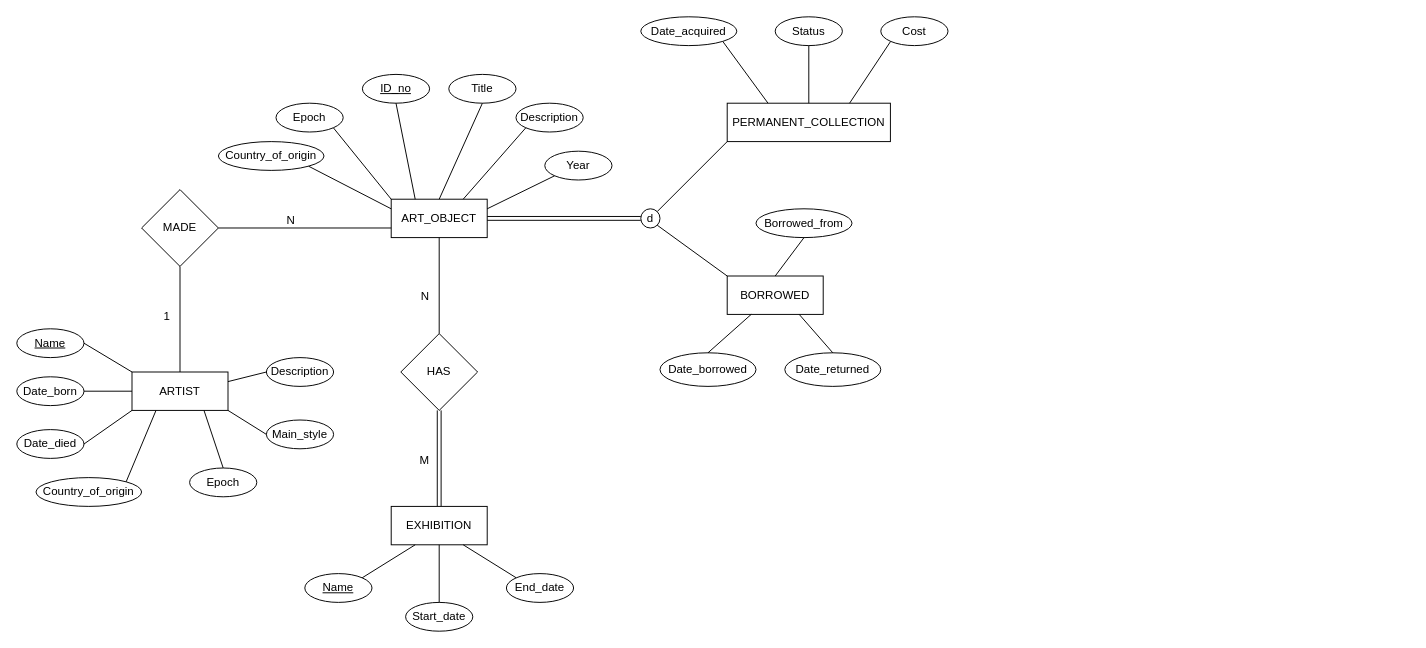
Earlier version of the draw.io diagram Database_Design_Folder/Brandon EER.drawio (Maan-Khedr-ENSF-300/museum-project-wannabyte). Source tidied: cells renumbered, new cells numbered last; positions are measured from the earlier drawing's top-left corner, leaving out a move shared by most shapes. Both pictures are drawn from the tidied source at 96%, with x=0, y=0 at pixel (16, 16).
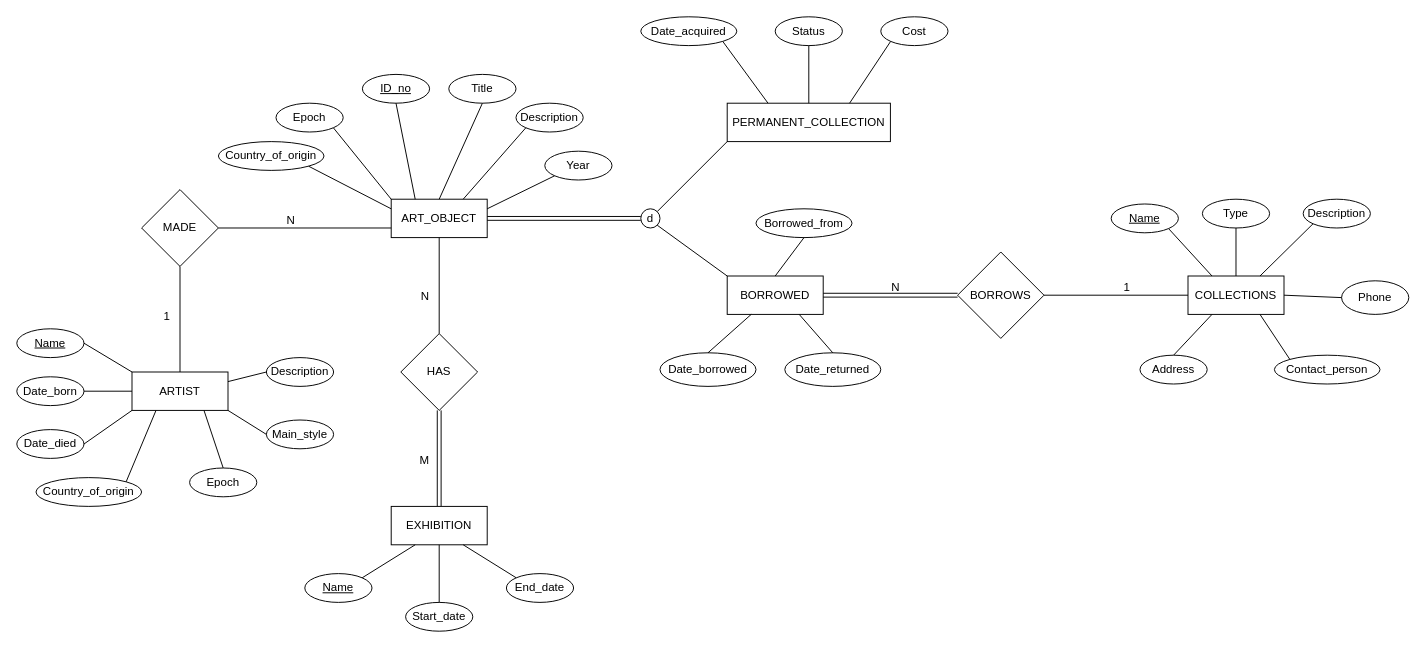
The same page after the edit.

Commit message:
COLLECTIONS created from BORROWS

Unchanged cells that the change refers to:
```xml
<mxCell id="57" value="BORROWED" style="whiteSpace=wrap;html=1;align=center;" parent="1" vertex="1">
  <mxGeometry x="740" y="270" width="100" height="40" as="geometry" />
</mxCell>
```

Change to the diagram source:
```diff
@@
+    <mxCell id="65" value="BORROWS" style="shape=rhombus;perimeter=rhombusPerimeter;whiteSpace=wrap;html=1;align=center;" parent="1" vertex="1">
+      <mxGeometry x="980" y="245" width="90" height="90" as="geometry" />
+    </mxCell>
+    <mxCell id="66" style="shape=link;html=1;rounded=0;exitX=1;exitY=0.5;exitDx=0;exitDy=0;entryX=0;entryY=0.5;entryDx=0;entryDy=0;" parent="1" edge="1" source="57" target="65">
+      <mxGeometry relative="1" as="geometry" />
+    </mxCell>
+    <mxCell id="67" value="N" style="html=1;align=right;verticalAlign=bottom;" parent="66" vertex="1">
+      <mxGeometry x="1" relative="1" as="geometry">
+        <mxPoint x="-60" as="offset" />
+      </mxGeometry>
+    </mxCell>
+    <mxCell id="68" value="COLLECTIONS" style="whiteSpace=wrap;html=1;align=center;" parent="1" vertex="1">
+      <mxGeometry x="1220" y="270" width="100" height="40" as="geometry" />
+    </mxCell>
+    <mxCell id="69" style="endArrow=none;html=1;rounded=0;entryX=0;entryY=0.5;entryDx=0;entryDy=0;exitX=1;exitY=0.5;exitDx=0;exitDy=0;" parent="1" edge="1" source="65" target="68">
+      <mxGeometry relative="1" as="geometry" />
+    </mxCell>
+    <mxCell id="70" value="1" style="html=1;align=right;verticalAlign=bottom;" parent="69" vertex="1">
+      <mxGeometry x="1" relative="1" as="geometry">
+        <mxPoint x="-60" as="offset" />
+      </mxGeometry>
+    </mxCell>
+    <mxCell id="71" value="Name" style="ellipse;whiteSpace=wrap;html=1;align=center;fontStyle=4;" parent="1" vertex="1">
+      <mxGeometry x="1140" y="195" width="70" height="30" as="geometry" />
+    </mxCell>
+    <mxCell id="72" value="Type" style="ellipse;whiteSpace=wrap;html=1;align=center;" parent="1" vertex="1">
+      <mxGeometry x="1235" y="190" width="70" height="30" as="geometry" />
+    </mxCell>
+    <mxCell id="73" value="Description" style="ellipse;whiteSpace=wrap;html=1;align=center;" parent="1" vertex="1">
+      <mxGeometry x="1340" y="190" width="70" height="30" as="geometry" />
+    </mxCell>
+    <mxCell id="74" value="Phone" style="ellipse;whiteSpace=wrap;html=1;align=center;" parent="1" vertex="1">
+      <mxGeometry x="1380" y="275" width="70" height="35" as="geometry" />
+    </mxCell>
+    <mxCell id="75" value="Contact_person" style="ellipse;whiteSpace=wrap;html=1;align=center;" parent="1" vertex="1">
+      <mxGeometry x="1310" y="352.5" width="110" height="30" as="geometry" />
+    </mxCell>
+    <mxCell id="76" value="Address" style="ellipse;whiteSpace=wrap;html=1;align=center;" parent="1" vertex="1">
+      <mxGeometry x="1170" y="352.5" width="70" height="30" as="geometry" />
+    </mxCell>
+    <mxCell id="77" style="endArrow=none;html=1;rounded=0;exitX=1;exitY=1;exitDx=0;exitDy=0;entryX=0.25;entryY=0;entryDx=0;entryDy=0;" parent="1" edge="1" source="71" target="68">
+      <mxGeometry relative="1" as="geometry" />
+    </mxCell>
+    <mxCell id="78" style="endArrow=none;html=1;rounded=0;exitX=0.5;exitY=1;exitDx=0;exitDy=0;entryX=0.5;entryY=0;entryDx=0;entryDy=0;" parent="1" edge="1" source="72" target="68">
+      <mxGeometry relative="1" as="geometry" />
+    </mxCell>
+    <mxCell id="79" style="endArrow=none;html=1;rounded=0;exitX=0;exitY=1;exitDx=0;exitDy=0;entryX=0.75;entryY=0;entryDx=0;entryDy=0;" parent="1" edge="1" source="73" target="68">
+      <mxGeometry relative="1" as="geometry" />
+    </mxCell>
+    <mxCell id="80" style="endArrow=none;html=1;rounded=0;exitX=0;exitY=0.5;exitDx=0;exitDy=0;entryX=1;entryY=0.5;entryDx=0;entryDy=0;" parent="1" edge="1" source="74" target="68">
+      <mxGeometry relative="1" as="geometry" />
+    </mxCell>
+    <mxCell id="81" style="endArrow=none;html=1;rounded=0;exitX=0;exitY=0;exitDx=0;exitDy=0;entryX=0.75;entryY=1;entryDx=0;entryDy=0;" parent="1" edge="1" source="75" target="68">
+      <mxGeometry relative="1" as="geometry" />
+    </mxCell>
+    <mxCell id="82" style="endArrow=none;html=1;rounded=0;exitX=0.25;exitY=1;exitDx=0;exitDy=0;entryX=0.5;entryY=0;entryDx=0;entryDy=0;" parent="1" edge="1" source="68" target="76">
+      <mxGeometry relative="1" as="geometry" />
+    </mxCell>
```
